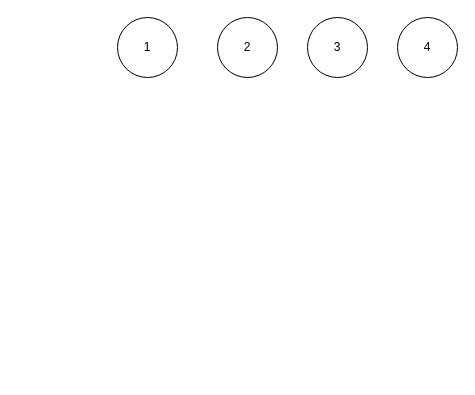
Above: algorithm/反转链表v2.drawio in erlieStar/diagrams (draw.io), before the change. Source tidied: cells renumbered, new cells numbered last; positions are measured from the earlier drawing's top-left corner, leaving out a move shared by most shapes. Both pictures are drawn from the tidied source at 100%, with x=0, y=0 at pixel (117, 17).
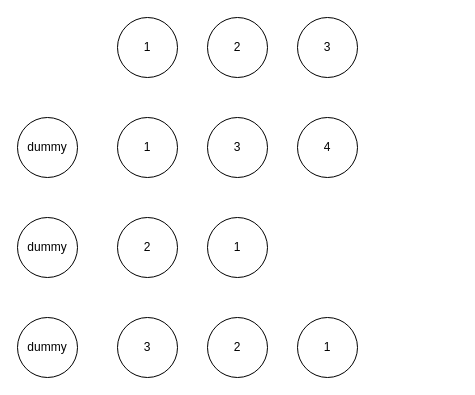
The same diagram, later.

The edit, as a diff of the source:
```diff
@@
 <mxGraphModel>
   <root>
     <mxCell id="0" />
     <mxCell id="1" parent="0" />
     <mxCell id="2" value="1" style="ellipse;whiteSpace=wrap;html=1;" parent="1" vertex="1">
       <mxGeometry width="60" height="60" as="geometry" />
     </mxCell>
     <mxCell id="3" value="2" style="ellipse;whiteSpace=wrap;html=1;" parent="1" vertex="1">
-      <mxGeometry x="100" width="60" height="60" as="geometry" />
+      <mxGeometry x="90" width="60" height="60" as="geometry" />
     </mxCell>
     <mxCell id="4" value="3" style="ellipse;whiteSpace=wrap;html=1;" parent="1" vertex="1">
-      <mxGeometry x="190" width="60" height="60" as="geometry" />
+      <mxGeometry x="180" width="60" height="60" as="geometry" />
     </mxCell>
+    <mxCell id="6" value="dummy" style="ellipse;whiteSpace=wrap;html=1;" parent="1" vertex="1">
+      <mxGeometry x="-100" y="100" width="60" height="60" as="geometry" />
+    </mxCell>
+    <mxCell id="7" value="1" style="ellipse;whiteSpace=wrap;html=1;" parent="1" vertex="1">
+      <mxGeometry y="100" width="60" height="60" as="geometry" />
+    </mxCell>
+    <mxCell id="8" value="3" style="ellipse;whiteSpace=wrap;html=1;" parent="1" vertex="1">
+      <mxGeometry x="90" y="100" width="60" height="60" as="geometry" />
+    </mxCell>
     <mxCell id="5" value="4" style="ellipse;whiteSpace=wrap;html=1;" parent="1" vertex="1">
-      <mxGeometry x="280" width="60" height="60" as="geometry" />
+      <mxGeometry x="180" y="100" width="60" height="60" as="geometry" />
     </mxCell>
+    <mxCell id="9" value="dummy" style="ellipse;whiteSpace=wrap;html=1;" parent="1" vertex="1">
+      <mxGeometry x="-100" y="200" width="60" height="60" as="geometry" />
+    </mxCell>
+    <mxCell id="10" value="2" style="ellipse;whiteSpace=wrap;html=1;" parent="1" vertex="1">
+      <mxGeometry y="200" width="60" height="60" as="geometry" />
+    </mxCell>
+    <mxCell id="11" value="1" style="ellipse;whiteSpace=wrap;html=1;" parent="1" vertex="1">
+      <mxGeometry x="90" y="200" width="60" height="60" as="geometry" />
+    </mxCell>
+    <mxCell id="12" value="dummy" style="ellipse;whiteSpace=wrap;html=1;" parent="1" vertex="1">
+      <mxGeometry x="-100" y="300" width="60" height="60" as="geometry" />
+    </mxCell>
+    <mxCell id="13" value="3" style="ellipse;whiteSpace=wrap;html=1;" parent="1" vertex="1">
+      <mxGeometry y="300" width="60" height="60" as="geometry" />
+    </mxCell>
+    <mxCell id="14" value="2" style="ellipse;whiteSpace=wrap;html=1;" parent="1" vertex="1">
+      <mxGeometry x="90" y="300" width="60" height="60" as="geometry" />
+    </mxCell>
+    <mxCell id="15" value="1" style="ellipse;whiteSpace=wrap;html=1;" parent="1" vertex="1">
+      <mxGeometry x="180" y="300" width="60" height="60" as="geometry" />
+    </mxCell>
   </root>
 </mxGraphModel>
```
